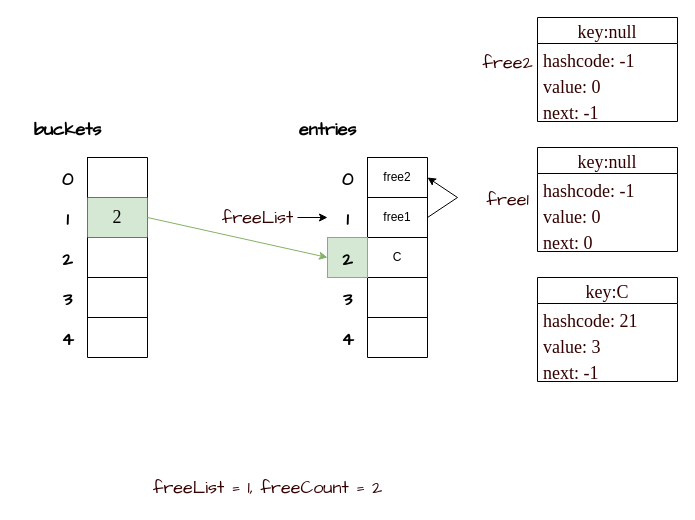
Earlier version of the draw.io diagram source/_posts/CSharp容器源码之Dictionary/dict2.drawio (0kk470/0kk470.github.io). Source tidied: cells renumbered, new cells numbered last; positions are measured from the earlier drawing's top-left corner, leaving out a move shared by most shapes. Both pictures are drawn from the tidied source at 100%, with x=0, y=0 at pixel (17, 17).
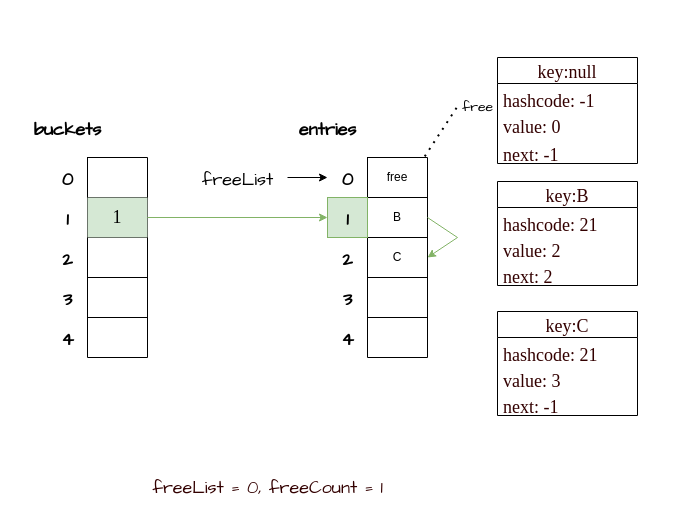
After the change.

Commit message (it also covers changes not shown here):
修正dictionary剖析的删除图例错误

The change refers to these unchanged cells:
```xml
<mxCell id="5" style="shape=tableRow;horizontal=0;startSize=0;swimlaneHead=0;swimlaneBody=0;top=0;left=0;bottom=0;right=0;fillColor=none;points=[[0,0.5],[1,0.5]];portConstraint=eastwest;" parent="2" vertex="1">
  <mxGeometry y="40" width="60" height="40" as="geometry" />
</mxCell>
<mxCell id="14" style="shape=table;html=1;whiteSpace=wrap;startSize=0;childLayout=tableLayout;" parent="1" vertex="1">
  <mxGeometry x="350" y="140" width="60" height="200" as="geometry" />
</mxCell>
<mxCell id="15" style="shape=tableRow;horizontal=0;startSize=0;swimlaneHead=0;swimlaneBody=0;top=0;left=0;bottom=0;right=0;fillColor=none;points=[[0,0.5],[1,0.5]];portConstraint=eastwest;" parent="14" vertex="1">
  <mxGeometry width="60" height="40" as="geometry" />
</mxCell>
<mxCell id="17" style="shape=tableRow;horizontal=0;startSize=0;swimlaneHead=0;swimlaneBody=0;top=0;left=0;bottom=0;right=0;fillColor=none;points=[[0,0.5],[1,0.5]];portConstraint=eastwest;" parent="14" vertex="1">
  <mxGeometry y="40" width="60" height="40" as="geometry" />
</mxCell>
<mxCell id="19" style="shape=tableRow;horizontal=0;startSize=0;swimlaneHead=0;swimlaneBody=0;top=0;left=0;bottom=0;right=0;fillColor=none;points=[[0,0.5],[1,0.5]];portConstraint=eastwest;" parent="14" vertex="1">
  <mxGeometry y="80" width="60" height="40" as="geometry" />
</mxCell>
<mxCell id="32" value="&lt;font face=&quot;Comic Sans MS&quot; style=&quot;font-size: 18px&quot;&gt;0&lt;/font&gt;" style="text;html=1;fontSize=24;fontStyle=1;verticalAlign=middle;align=center;" parent="1" vertex="1">
  <mxGeometry x="310" y="140" width="40" height="40" as="geometry" />
</mxCell>
```

What changed in the source:
```diff
@@
-    <mxCell id="6" value="&lt;font face=&quot;Times New Roman&quot; style=&quot;font-size: 18px&quot;&gt;2&lt;/font&gt;" style="shape=partialRectangle;html=1;whiteSpace=wrap;fillColor=#d5e8d4;top=0;left=0;bottom=0;right=0;overflow=hidden;fontSize=18;strokeColor=#82b366;" parent="5" vertex="1">
+    <mxCell id="6" value="&lt;font face=&quot;Times New Roman&quot; style=&quot;font-size: 18px&quot;&gt;1&lt;/font&gt;" style="shape=partialRectangle;html=1;whiteSpace=wrap;fillColor=#d5e8d4;top=0;left=0;bottom=0;right=0;overflow=hidden;fontSize=18;strokeColor=#82b366;" parent="5" vertex="1">
       <mxGeometry width="60" height="40" as="geometry" />
     </mxCell>
@@
-    <mxCell id="16" value="free2" style="shape=partialRectangle;html=1;whiteSpace=wrap;fillColor=none;top=0;left=0;bottom=0;right=0;overflow=hidden;" parent="15" vertex="1">
+    <mxCell id="16" value="free" style="shape=partialRectangle;html=1;whiteSpace=wrap;fillColor=none;top=0;left=0;bottom=0;right=0;overflow=hidden;" parent="15" vertex="1">
       <mxGeometry width="60" height="40" as="geometry" />
     </mxCell>
@@
-    <mxCell id="18" value="free1" style="shape=partialRectangle;html=1;whiteSpace=wrap;fillColor=none;top=0;left=0;bottom=0;right=0;overflow=hidden;" parent="17" vertex="1">
+    <mxCell id="18" value="B" style="shape=partialRectangle;html=1;whiteSpace=wrap;fillColor=none;top=0;left=0;bottom=0;right=0;overflow=hidden;" parent="17" vertex="1">
       <mxGeometry width="60" height="40" as="geometry" />
     </mxCell>
@@
-    <mxCell id="25" style="endArrow=classic;html=1;rounded=0;fontFamily=Comic Sans MS;fontSize=18;fontColor=#330000;exitX=1;exitY=0.5;exitDx=0;exitDy=0;entryX=1;entryY=0.5;entryDx=0;entryDy=0;" parent="14" edge="1" source="17" target="15">
-      <mxGeometry relative="1" as="geometry">
-        <Array as="points">
-          <mxPoint x="90" y="40" />
-        </Array>
-      </mxGeometry>
-    </mxCell>
+    <mxCell id="55" style="endArrow=classic;html=1;rounded=0;fontFamily=Comic Sans MS;fontSize=18;fontColor=#330000;exitX=1;exitY=0.5;exitDx=0;exitDy=0;entryX=1;entryY=0.5;entryDx=0;entryDy=0;fillColor=#d5e8d4;strokeColor=#82b366;" parent="14" edge="1" source="17" target="19">
+      <mxGeometry relative="1" as="geometry">
+        <Array as="points">
+          <mxPoint x="90" y="80" />
+        </Array>
+      </mxGeometry>
+    </mxCell>
@@
-    <mxCell id="33" value="&lt;font face=&quot;Comic Sans MS&quot; style=&quot;font-size: 18px&quot;&gt;1&lt;/font&gt;" style="text;html=1;fontSize=24;fontStyle=1;verticalAlign=middle;align=center;" parent="1" vertex="1">
+    <mxCell id="33" value="&lt;font face=&quot;Comic Sans MS&quot; style=&quot;font-size: 18px&quot;&gt;1&lt;/font&gt;" style="text;strokeColor=#82b366;fillColor=#d5e8d4;html=1;fontSize=24;fontStyle=1;verticalAlign=middle;align=center;" parent="1" vertex="1">
       <mxGeometry x="310" y="180" width="40" height="40" as="geometry" />
     </mxCell>
-    <mxCell id="34" value="&lt;font face=&quot;Comic Sans MS&quot; style=&quot;font-size: 18px&quot;&gt;2&lt;/font&gt;" style="text;strokeColor=#82b366;fillColor=#d5e8d4;html=1;fontSize=24;fontStyle=1;verticalAlign=middle;align=center;" parent="1" vertex="1">
+    <mxCell id="34" value="&lt;font face=&quot;Comic Sans MS&quot; style=&quot;font-size: 18px&quot;&gt;2&lt;/font&gt;" style="text;strokeColor=none;fillColor=none;html=1;fontSize=24;fontStyle=1;verticalAlign=middle;align=center;" parent="1" vertex="1">
       <mxGeometry x="310" y="220" width="40" height="40" as="geometry" />
     </mxCell>
@@
     <mxCell id="37" value="key:null" style="swimlane;fontStyle=0;horizontal=1;startSize=26;fillColor=none;fontFamily=Times New Roman;fontSize=18;fontColor=#330000;" parent="1" vertex="1">
-      <mxGeometry x="520" width="140" height="104" as="geometry" />
+      <mxGeometry x="480" y="40" width="140" height="106" as="geometry" />
     </mxCell>
@@
     <mxCell id="39" value="value: 0" style="text;strokeColor=none;fillColor=none;align=left;verticalAlign=top;spacingLeft=4;spacingRight=4;overflow=hidden;fontFamily=Times New Roman;fontSize=18;fontColor=#330000;" parent="37" vertex="1">
-      <mxGeometry y="52" width="140" height="26" as="geometry" />
+      <mxGeometry y="52" width="140" height="28" as="geometry" />
     </mxCell>
     <mxCell id="40" value="next: -1" style="text;strokeColor=none;fillColor=none;align=left;verticalAlign=top;spacingLeft=4;spacingRight=4;overflow=hidden;fontFamily=Times New Roman;fontSize=18;fontColor=#330000;" parent="37" vertex="1">
-      <mxGeometry y="78" width="140" height="26" as="geometry" />
+      <mxGeometry y="80" width="140" height="26" as="geometry" />
     </mxCell>
-    <mxCell id="41" value="key:null" style="swimlane;fontStyle=0;horizontal=1;startSize=26;fillColor=none;fontFamily=Times New Roman;fontSize=18;fontColor=#330000;" parent="1" vertex="1">
-      <mxGeometry x="520" y="130" width="140" height="104" as="geometry" />
+    <mxCell id="41" value="key:B" style="swimlane;fontStyle=0;horizontal=1;startSize=26;fillColor=none;fontFamily=Times New Roman;fontSize=18;fontColor=#330000;" parent="1" vertex="1">
+      <mxGeometry x="480" y="164" width="140" height="104" as="geometry" />
     </mxCell>
-    <mxCell id="42" value="hashcode: -1" style="text;strokeColor=none;fillColor=none;align=left;verticalAlign=top;spacingLeft=4;spacingRight=4;overflow=hidden;fontFamily=Times New Roman;fontSize=18;fontColor=#330000;" parent="41" vertex="1">
+    <mxCell id="42" value="hashcode: 21" style="text;strokeColor=none;fillColor=none;align=left;verticalAlign=top;spacingLeft=4;spacingRight=4;overflow=hidden;fontFamily=Times New Roman;fontSize=18;fontColor=#330000;" parent="41" vertex="1">
       <mxGeometry y="26" width="140" height="26" as="geometry" />
     </mxCell>
-    <mxCell id="43" value="value: 0" style="text;strokeColor=none;fillColor=none;align=left;verticalAlign=top;spacingLeft=4;spacingRight=4;overflow=hidden;fontFamily=Times New Roman;fontSize=18;fontColor=#330000;" parent="41" vertex="1">
+    <mxCell id="43" value="value: 2" style="text;strokeColor=none;fillColor=none;align=left;verticalAlign=top;spacingLeft=4;spacingRight=4;overflow=hidden;fontFamily=Times New Roman;fontSize=18;fontColor=#330000;" parent="41" vertex="1">
       <mxGeometry y="52" width="140" height="26" as="geometry" />
     </mxCell>
-    <mxCell id="44" value="next: 0" style="text;strokeColor=none;fillColor=none;align=left;verticalAlign=top;spacingLeft=4;spacingRight=4;overflow=hidden;fontFamily=Times New Roman;fontSize=18;fontColor=#330000;" parent="41" vertex="1">
+    <mxCell id="44" value="next: 2" style="text;strokeColor=none;fillColor=none;align=left;verticalAlign=top;spacingLeft=4;spacingRight=4;overflow=hidden;fontFamily=Times New Roman;fontSize=18;fontColor=#330000;" parent="41" vertex="1">
       <mxGeometry y="78" width="140" height="26" as="geometry" />
     </mxCell>
     <mxCell id="45" value="key:C" style="swimlane;fontStyle=0;horizontal=1;startSize=26;fillColor=none;fontFamily=Times New Roman;fontSize=18;fontColor=#330000;" parent="1" vertex="1">
-      <mxGeometry x="520" y="260" width="140" height="104" as="geometry" />
+      <mxGeometry x="480" y="294" width="140" height="104" as="geometry" />
     </mxCell>
@@
-    <mxCell id="49" value="&lt;font face=&quot;Comic Sans MS&quot;&gt;freeList = 1, freeCount = 2&lt;/font&gt;" style="text;html=1;align=center;verticalAlign=middle;strokeColor=none;fillColor=none;fontSize=18;fontFamily=Times New Roman;fontColor=#330000;" parent="1" vertex="1">
+    <mxCell id="49" value="&lt;font face=&quot;Comic Sans MS&quot;&gt;freeList = 0, freeCount = 1&lt;/font&gt;" style="text;html=1;align=center;verticalAlign=middle;strokeColor=none;fillColor=none;fontSize=18;fontFamily=Times New Roman;fontColor=#330000;" parent="1" vertex="1">
       <mxGeometry x="130" y="455" width="240" height="30" as="geometry" />
     </mxCell>
-    <mxCell id="50" style="endArrow=classic;html=1;rounded=0;fontFamily=Comic Sans MS;fontSize=18;fontColor=#330000;exitX=1;exitY=0.5;exitDx=0;exitDy=0;entryX=0;entryY=0.5;entryDx=0;entryDy=0;fillColor=#d5e8d4;strokeColor=#82b366;" parent="1" edge="1" source="5" target="34">
-      <mxGeometry relative="1" as="geometry" />
-    </mxCell>
+    <mxCell id="56" style="edgeStyle=orthogonalEdgeStyle;rounded=0;jettySize=auto;html=1;entryX=0;entryY=0.5;entryDx=0;entryDy=0;fillColor=#d5e8d4;strokeColor=#82b366;" parent="1" edge="1" source="5" target="33">
+      <mxGeometry relative="1" as="geometry" />
+    </mxCell>
+    <mxCell id="57" style="edgeStyle=orthogonalEdgeStyle;rounded=0;jettySize=auto;html=1;entryX=0;entryY=0.5;entryDx=0;entryDy=0;" parent="1" edge="1" source="51" target="32">
+      <mxGeometry relative="1" as="geometry" />
+    </mxCell>
-    <mxCell id="51" value="freeList" style="text;html=1;align=center;verticalAlign=middle;points=[];strokeColor=none;fillColor=none;fontSize=18;fontFamily=Comic Sans MS;fontColor=#330000;" parent="1" vertex="1">
-      <mxGeometry x="200" y="185" width="80" height="30" as="geometry" />
+    <mxCell id="51" value="&lt;font face=&quot;Comic Sans MS&quot; style=&quot;font-size: 18px ; font-weight: normal&quot;&gt;freeList&lt;/font&gt;" style="text;strokeColor=none;fillColor=none;html=1;fontSize=24;fontStyle=1;verticalAlign=middle;align=center;" parent="1" vertex="1">
+      <mxGeometry x="170" y="140" width="100" height="40" as="geometry" />
     </mxCell>
-    <mxCell id="52" style="endArrow=classic;html=1;rounded=0;fontFamily=Comic Sans MS;fontSize=18;fontColor=#330000;entryX=0;entryY=0.5;entryDx=0;entryDy=0;" parent="1" edge="1" source="51" target="33">
-      <mxGeometry relative="1" as="geometry" />
-    </mxCell>
-    <mxCell id="53" value="free1" style="text;html=1;align=center;verticalAlign=middle;strokeColor=none;fillColor=none;fontSize=18;fontFamily=Comic Sans MS;fontColor=#330000;" parent="1" vertex="1">
-      <mxGeometry x="460" y="167" width="60" height="30" as="geometry" />
-    </mxCell>
-    <mxCell id="54" value="free2" style="text;html=1;align=center;verticalAlign=middle;strokeColor=none;fillColor=none;fontSize=18;fontFamily=Comic Sans MS;fontColor=#330000;" parent="1" vertex="1">
-      <mxGeometry x="460" y="30" width="60" height="30" as="geometry" />
-    </mxCell>
+    <mxCell id="58" value="&lt;font face=&quot;Comic Sans MS&quot; style=&quot;font-size: 14px&quot;&gt;free&lt;/font&gt;" style="text;html=1;align=center;verticalAlign=middle;points=[];strokeColor=none;fillColor=none;" parent="1" vertex="1">
+      <mxGeometry x="440" y="80" width="40" height="20" as="geometry" />
+    </mxCell>
+    <mxCell id="59" style="endArrow=none;dashed=1;html=1;dashPattern=1 3;strokeWidth=2;rounded=0;fontFamily=Comic Sans MS;fontSize=14;entryX=0.028;entryY=0.362;entryDx=0;entryDy=0;entryPerimeter=0;exitX=0.954;exitY=-0.028;exitDx=0;exitDy=0;exitPerimeter=0;" parent="1" edge="1" source="15" target="58">
+      <mxGeometry relative="1" as="geometry" />
+    </mxCell>
```
